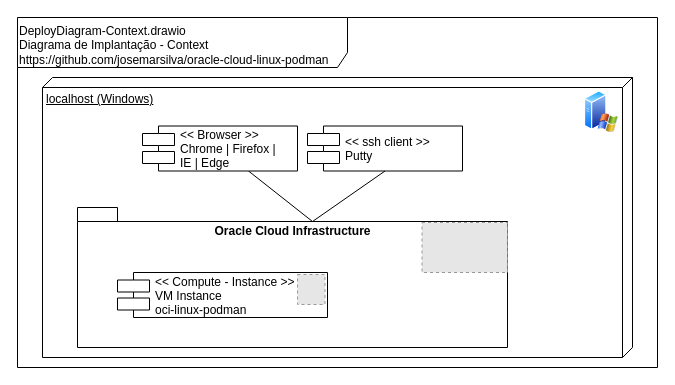
Before: doc/uml-diagrams/DeployDiagram-Context.drawio in josemarsilva/oracle-cloud-linux-podman, a draw.io diagram. Source tidied: cells renumbered, new cells numbered last; positions are measured from the earlier drawing's top-left corner, leaving out a move shared by most shapes. Both pictures are drawn from the tidied source at 100%, with x=0, y=0 at pixel (17, 17). Pictures stored in the file or linked from it are replaced by grey dashed boxes.
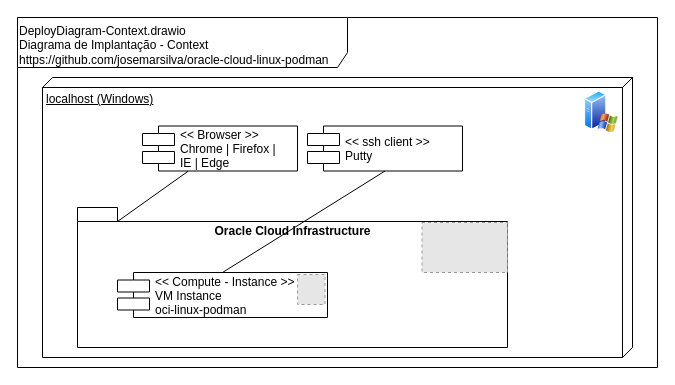
The same diagram, later.

The edit, as a diff of the source:
```diff
@@
 <mxGraphModel>
   <root>
     <mxCell id="0" />
     <mxCell id="1" parent="0" />
     <mxCell id="2" value="DeployDiagram-Context.drawio&lt;br&gt;Diagrama de Implantação - Context&lt;br&gt;https://github.com/josemarsilva/oracle-cloud-linux-podman" style="shape=umlFrame;whiteSpace=wrap;html=1;width=330;height=50;verticalAlign=top;align=left;" parent="1" vertex="1">
       <mxGeometry width="640" height="350" as="geometry" />
     </mxCell>
     <mxCell id="3" value="localhost (Windows)" style="verticalAlign=top;align=left;spacingTop=8;spacingLeft=2;spacingRight=12;shape=cube;size=10;direction=south;fontStyle=4;html=1;" parent="1" vertex="1">
       <mxGeometry x="25" y="60" width="590" height="280" as="geometry" />
     </mxCell>
     <mxCell id="4" value="Oracle Cloud Infrastructure" style="shape=folder;fontStyle=1;spacingTop=10;tabWidth=40;tabHeight=14;tabPosition=left;html=1;verticalAlign=top;" parent="1" vertex="1">
       <mxGeometry x="60" y="190" width="430" height="140" as="geometry" />
     </mxCell>
     <mxCell id="5" value="&lt;&lt; ssh client &gt;&gt;&#10;Putty" style="shape=component;align=left;spacingLeft=36;" parent="1" vertex="1">
       <mxGeometry x="290" y="108.5" width="155" height="45" as="geometry" />
     </mxCell>
     <mxCell id="6" style="perimeter=ellipsePerimeter;html=1;align=center;shadow=0;dashed=0;spacingTop=3;image;image=img/lib/active_directory/windows_server_2.svg;" parent="1" vertex="1">
       <mxGeometry x="567" y="73" width="34" height="42.5" as="geometry" />
     </mxCell>
-    <mxCell id="7" style="edgeStyle=none;rounded=0;jettySize=auto;html=1;entryX=0;entryY=0;entryDx=235;entryDy=14;entryPerimeter=0;endArrow=none;endFill=0;" parent="1" edge="1" source="8" target="4">
+    <mxCell id="7" style="edgeStyle=none;rounded=0;jettySize=auto;html=1;entryX=0;entryY=0;entryDx=40;entryDy=14;entryPerimeter=0;endArrow=none;endFill=0;" parent="1" edge="1" source="8" target="4">
       <mxGeometry relative="1" as="geometry" />
     </mxCell>
     <mxCell id="8" value="&lt;&lt; Browser &gt;&gt;&#10;Chrome | Firefox | &#10;IE | Edge" style="shape=component;align=left;spacingLeft=36;" parent="1" vertex="1">
       <mxGeometry x="125" y="108.5" width="155" height="45" as="geometry" />
     </mxCell>
     <mxCell id="9" style="fillColor=#E6E6E6;strokeColor=#999999;dashed=1;" parent="1" vertex="1">
       <mxGeometry x="404.5" y="205" width="85.5" height="50" as="geometry" />
     </mxCell>
-    <mxCell id="10" style="edgeStyle=none;rounded=0;jettySize=auto;html=1;entryX=0;entryY=0;entryDx=235;entryDy=14;entryPerimeter=0;endArrow=none;endFill=0;exitX=0.5;exitY=1;exitDx=0;exitDy=0;" parent="1" edge="1" source="5" target="4">
+    <mxCell id="10" style="edgeStyle=none;rounded=0;jettySize=auto;html=1;entryX=0.5;entryY=0;entryDx=0;entryDy=0;endArrow=none;endFill=0;exitX=0.5;exitY=1;exitDx=0;exitDy=0;" parent="1" edge="1" source="5" target="11">
       <mxGeometry relative="1" as="geometry" />
     </mxCell>
     <mxCell id="11" value="&lt;&lt; Compute - Instance &gt;&gt;&#10;VM Instance &#10;oci-linux-podman" style="shape=component;align=left;spacingLeft=36;" parent="1" vertex="1">
       <mxGeometry x="100" y="255" width="210" height="45" as="geometry" />
     </mxCell>
     <mxCell id="12" style="fillColor=#E6E6E6;strokeColor=#999999;dashed=1;" parent="1" vertex="1">
       <mxGeometry x="280" y="257" width="27.5" height="30" as="geometry" />
     </mxCell>
   </root>
 </mxGraphModel>
```
